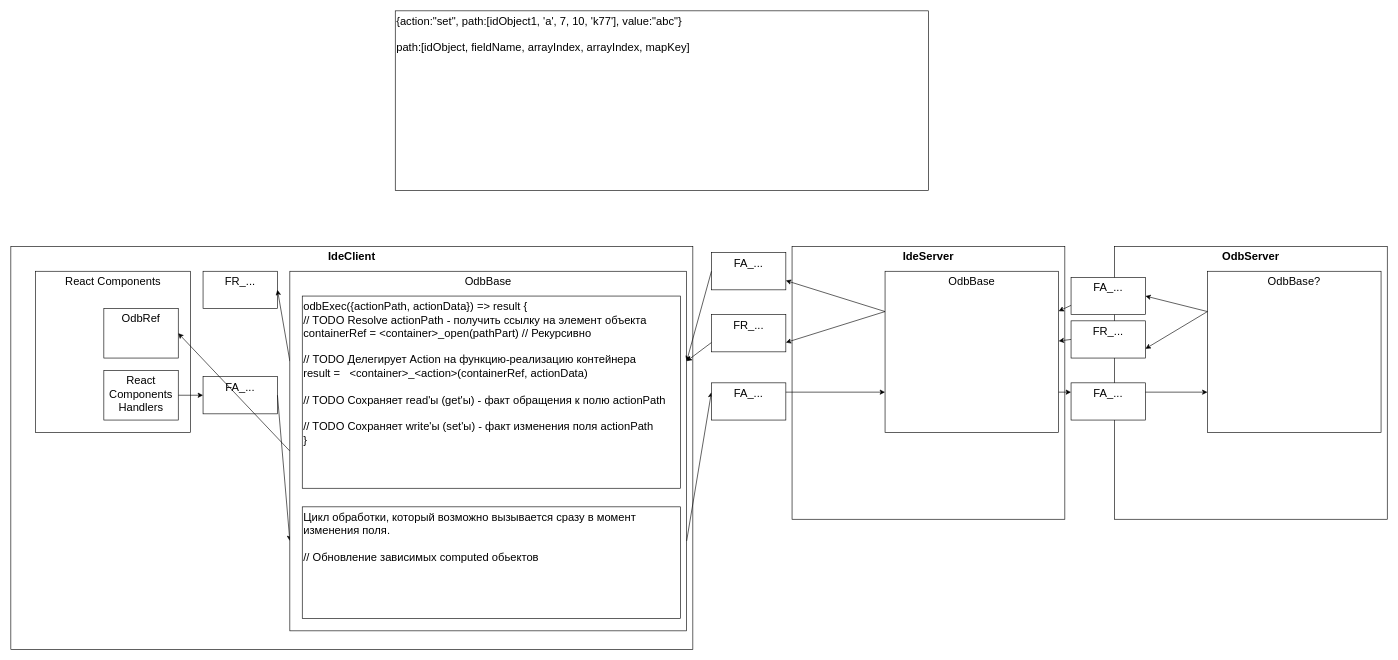
Before: odb.drawio in yuyaryshev/draw_io_docs, a draw.io diagram. Source tidied: cells renumbered, new cells numbered last; positions are measured from the earlier drawing's top-left corner, leaving out a move shared by most shapes. Both pictures are drawn from the tidied source at 62%, with x=0, y=0 at pixel (11, 11).
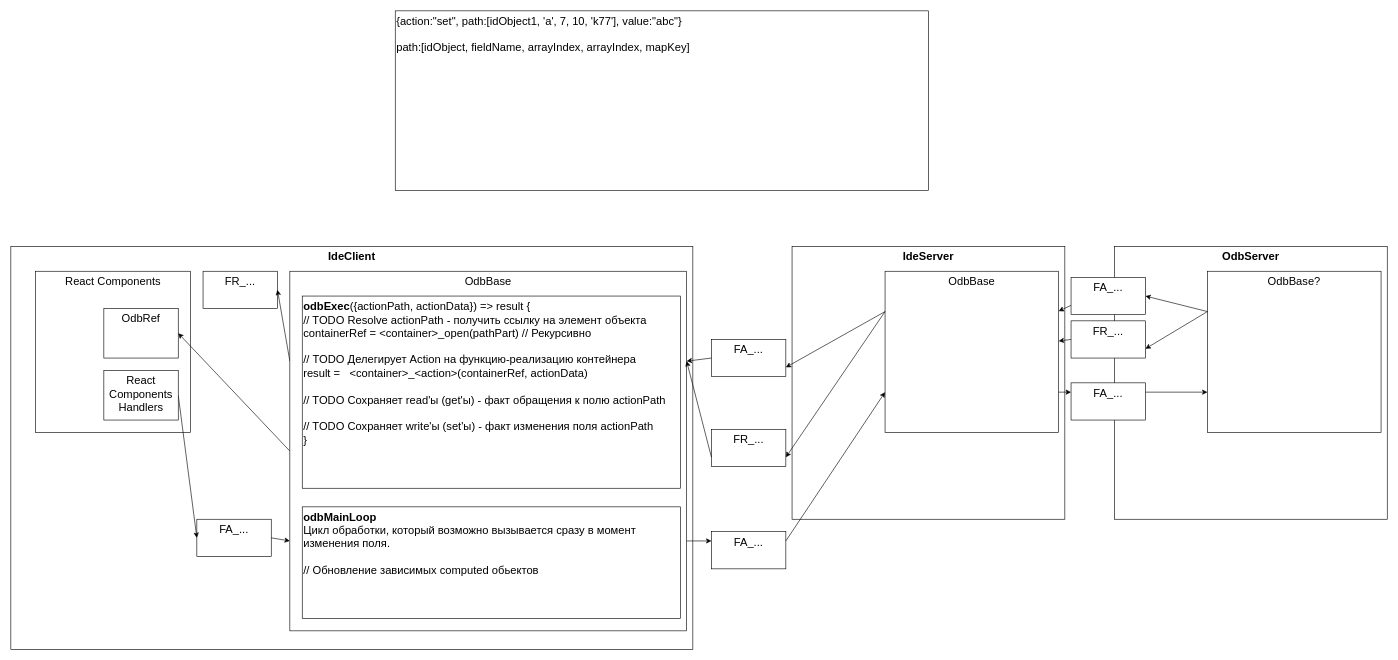
After the change.

What changed in the source:
```diff
@@
     <mxCell id="5" value="FA_..." style="rounded=0;whiteSpace=wrap;html=1;fontSize=18;verticalAlign=top;" parent="1" vertex="1">
-      <mxGeometry x="310" y="590" width="120" height="60" as="geometry" />
+      <mxGeometry x="300" y="820" width="120" height="60" as="geometry" />
     </mxCell>
@@
     <mxCell id="17" value="FA_..." style="rounded=0;whiteSpace=wrap;html=1;fontSize=18;verticalAlign=top;" parent="1" vertex="1">
-      <mxGeometry x="1130" y="600" width="120" height="60" as="geometry" />
+      <mxGeometry x="1130" y="840" width="120" height="60" as="geometry" />
     </mxCell>
     <mxCell id="18" value="FR_..." style="rounded=0;whiteSpace=wrap;html=1;fontSize=18;verticalAlign=top;" parent="1" vertex="1">
-      <mxGeometry x="1130" y="490" width="120" height="60" as="geometry" />
+      <mxGeometry x="1130" y="675" width="120" height="60" as="geometry" />
     </mxCell>
@@
-    <mxCell id="29" value="odbExec({actionPath, actionData}) =&amp;gt; result {&lt;br&gt;// TODO Resolve actionPath - получить ссылку на элемент объекта&lt;br&gt;containerRef = &amp;lt;container&amp;gt;_open(pathPart) // Рекурсивно&lt;br&gt;&lt;br&gt;// TODO Делегирует Action на функцию-реализацию контейнера&lt;br&gt;result =&amp;nbsp; &amp;nbsp;&amp;lt;container&amp;gt;_&amp;lt;action&amp;gt;(containerRef, actionData)&lt;br&gt;&lt;br&gt;// TODO Сохраняет read'ы (get'ы) - факт обращения к полю actionPath&lt;br&gt;&lt;br&gt;// TODO Сохраняет write'ы (set'ы) - факт изменения поля actionPath&lt;br&gt;}" style="rounded=0;whiteSpace=wrap;html=1;fontSize=18;verticalAlign=top;align=left;" parent="1" vertex="1">
+    <mxCell id="29" value="&lt;b&gt;odbExec&lt;/b&gt;({actionPath, actionData}) =&amp;gt; result {&lt;br&gt;// TODO Resolve actionPath - получить ссылку на элемент объекта&lt;br&gt;containerRef = &amp;lt;container&amp;gt;_open(pathPart) // Рекурсивно&lt;br&gt;&lt;br&gt;// TODO Делегирует Action на функцию-реализацию контейнера&lt;br&gt;result =&amp;nbsp; &amp;nbsp;&amp;lt;container&amp;gt;_&amp;lt;action&amp;gt;(containerRef, actionData)&lt;br&gt;&lt;br&gt;// TODO Сохраняет read'ы (get'ы) - факт обращения к полю actionPath&lt;br&gt;&lt;br&gt;// TODO Сохраняет write'ы (set'ы) - факт изменения поля actionPath&lt;br&gt;}" style="rounded=0;whiteSpace=wrap;html=1;fontSize=18;verticalAlign=top;align=left;" parent="1" vertex="1">
       <mxGeometry x="470" y="460" width="610" height="310" as="geometry" />
     </mxCell>
-    <mxCell id="30" value="Цикл обработки, который возможно вызывается сразу в момент изменения поля.&lt;br&gt;&lt;br&gt;// Обновление зависимых computed обьектов" style="rounded=0;whiteSpace=wrap;html=1;fontSize=18;verticalAlign=top;align=left;" parent="1" vertex="1">
+    <mxCell id="30" value="&lt;b&gt;odbMainLoop&lt;/b&gt;&lt;br&gt;Цикл обработки, который возможно вызывается сразу в момент изменения поля.&lt;br&gt;&lt;br&gt;// Обновление зависимых computed обьектов" style="rounded=0;whiteSpace=wrap;html=1;fontSize=18;verticalAlign=top;align=left;" parent="1" vertex="1">
       <mxGeometry x="470" y="800" width="610" height="180" as="geometry" />
     </mxCell>
     <mxCell id="31" value="FA_..." style="rounded=0;whiteSpace=wrap;html=1;fontSize=18;verticalAlign=top;" parent="1" vertex="1">
-      <mxGeometry x="1130" y="390" width="120" height="60" as="geometry" />
+      <mxGeometry x="1130" y="530" width="120" height="60" as="geometry" />
     </mxCell>
```
